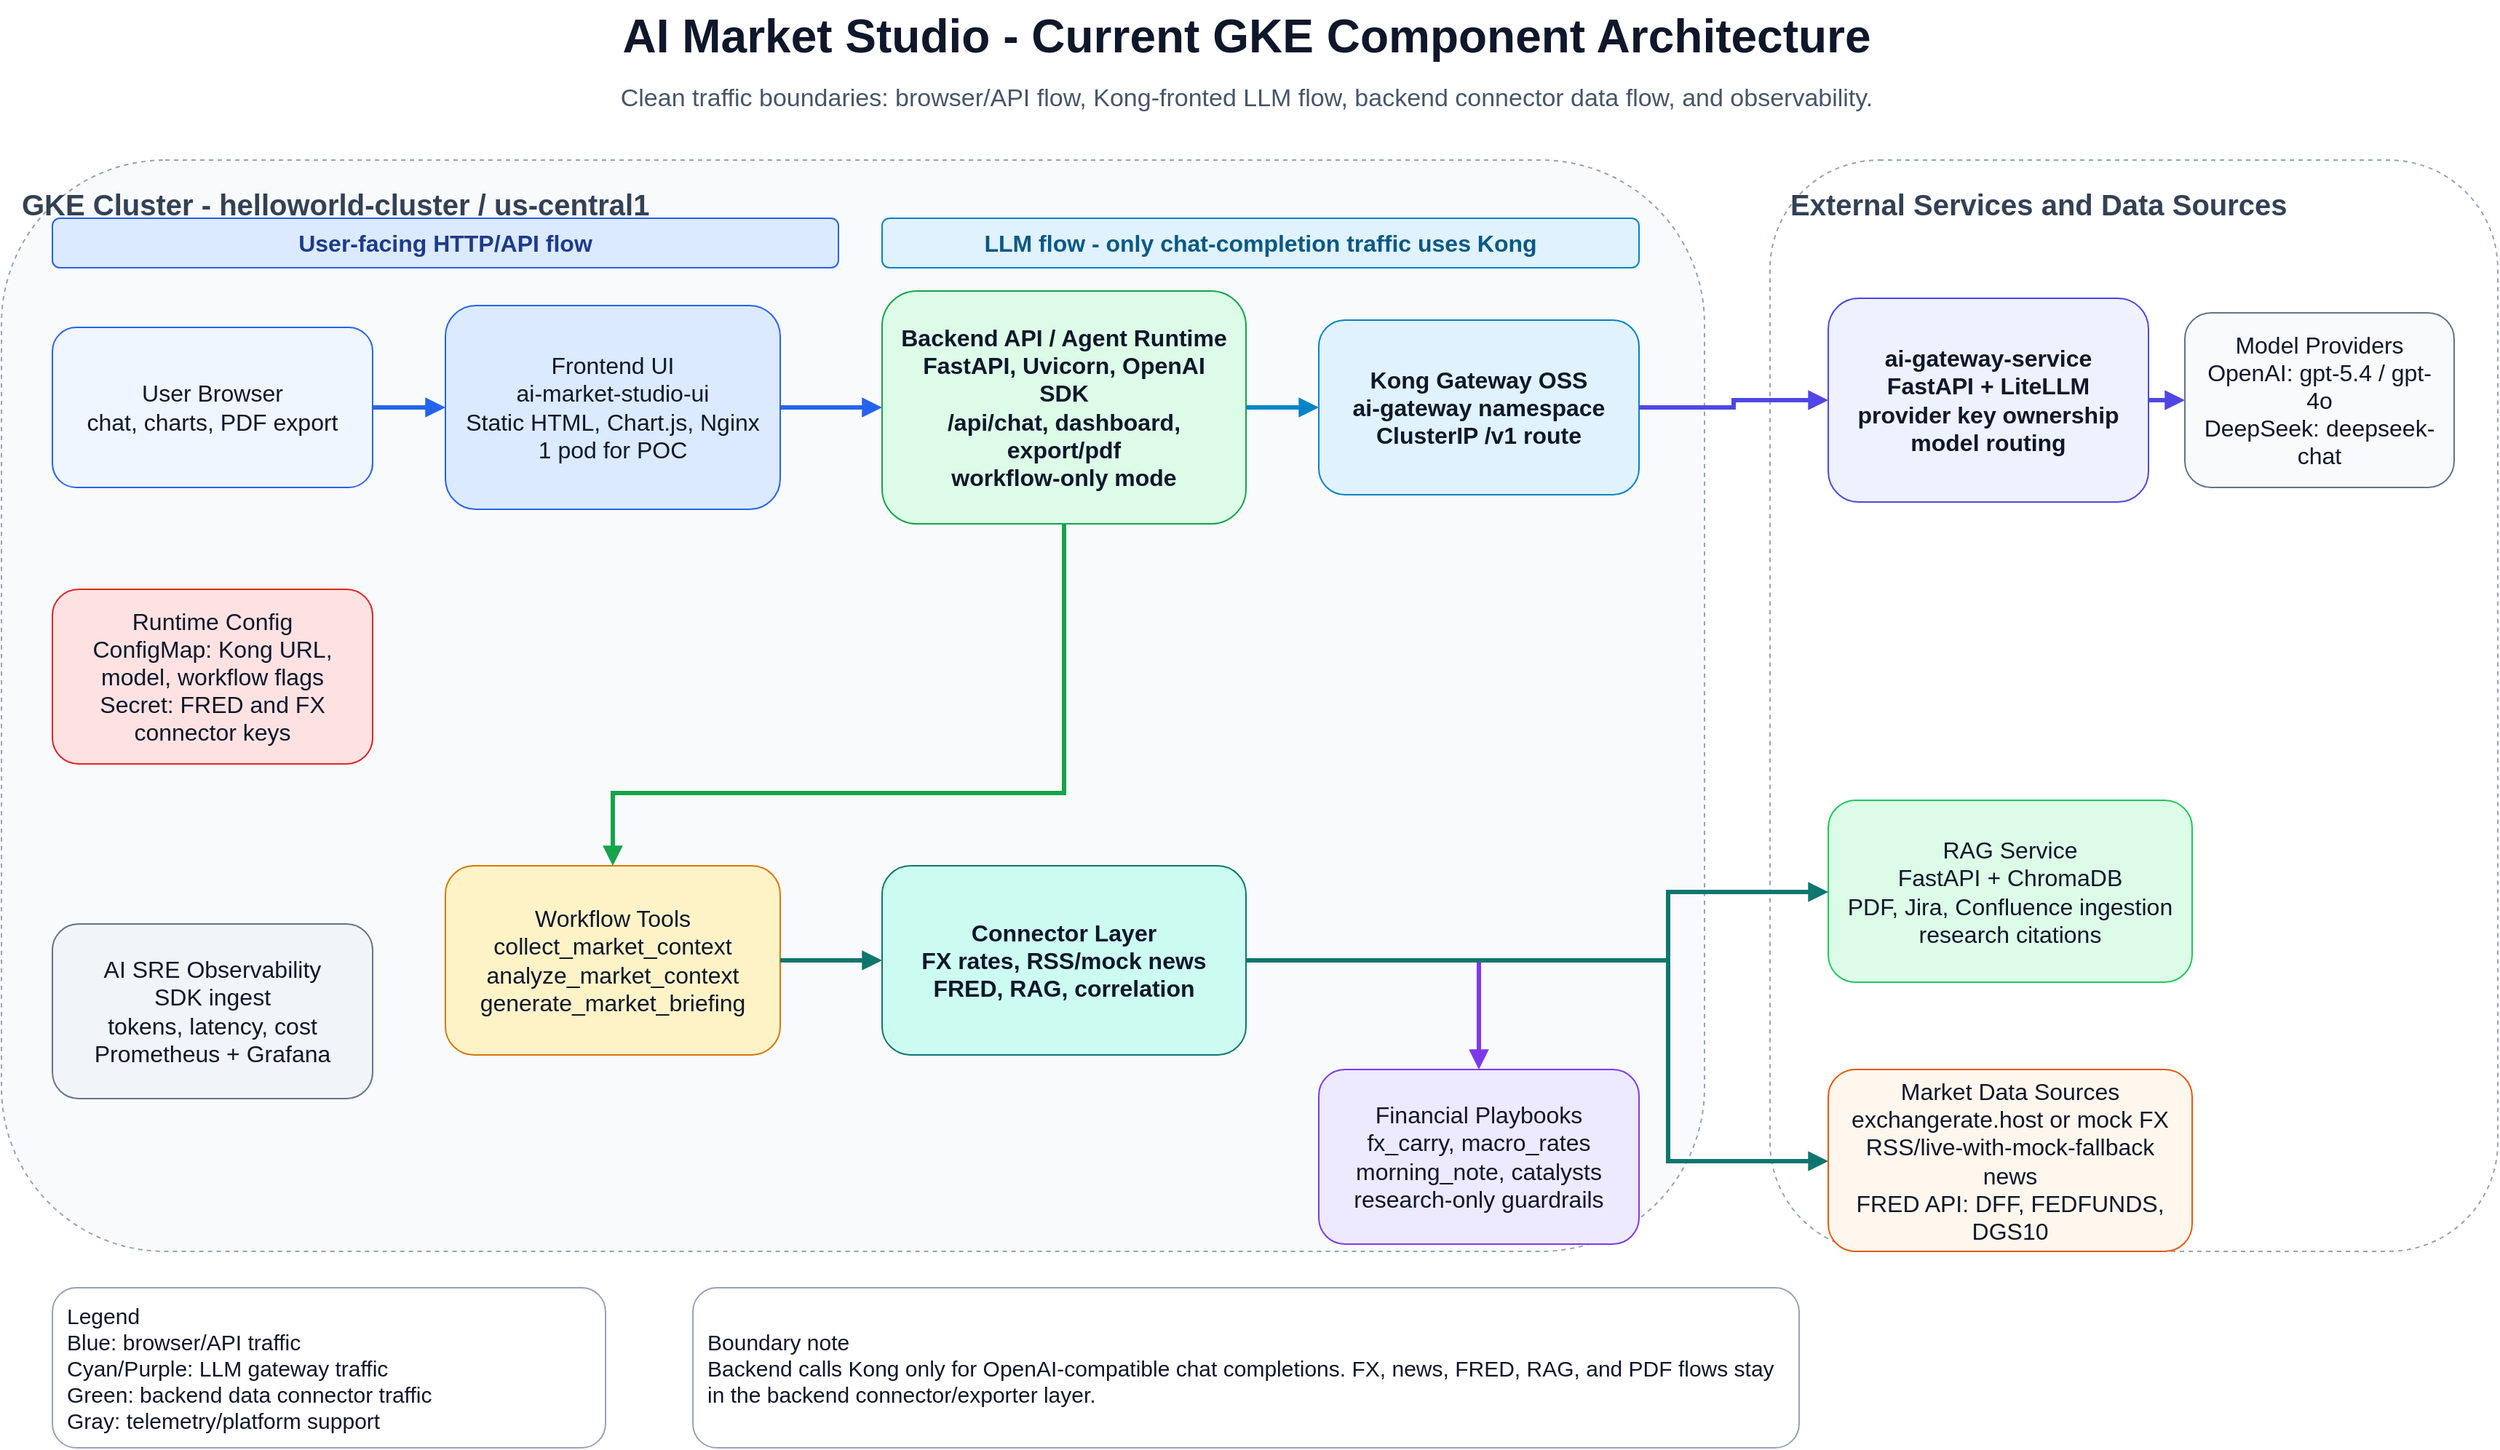
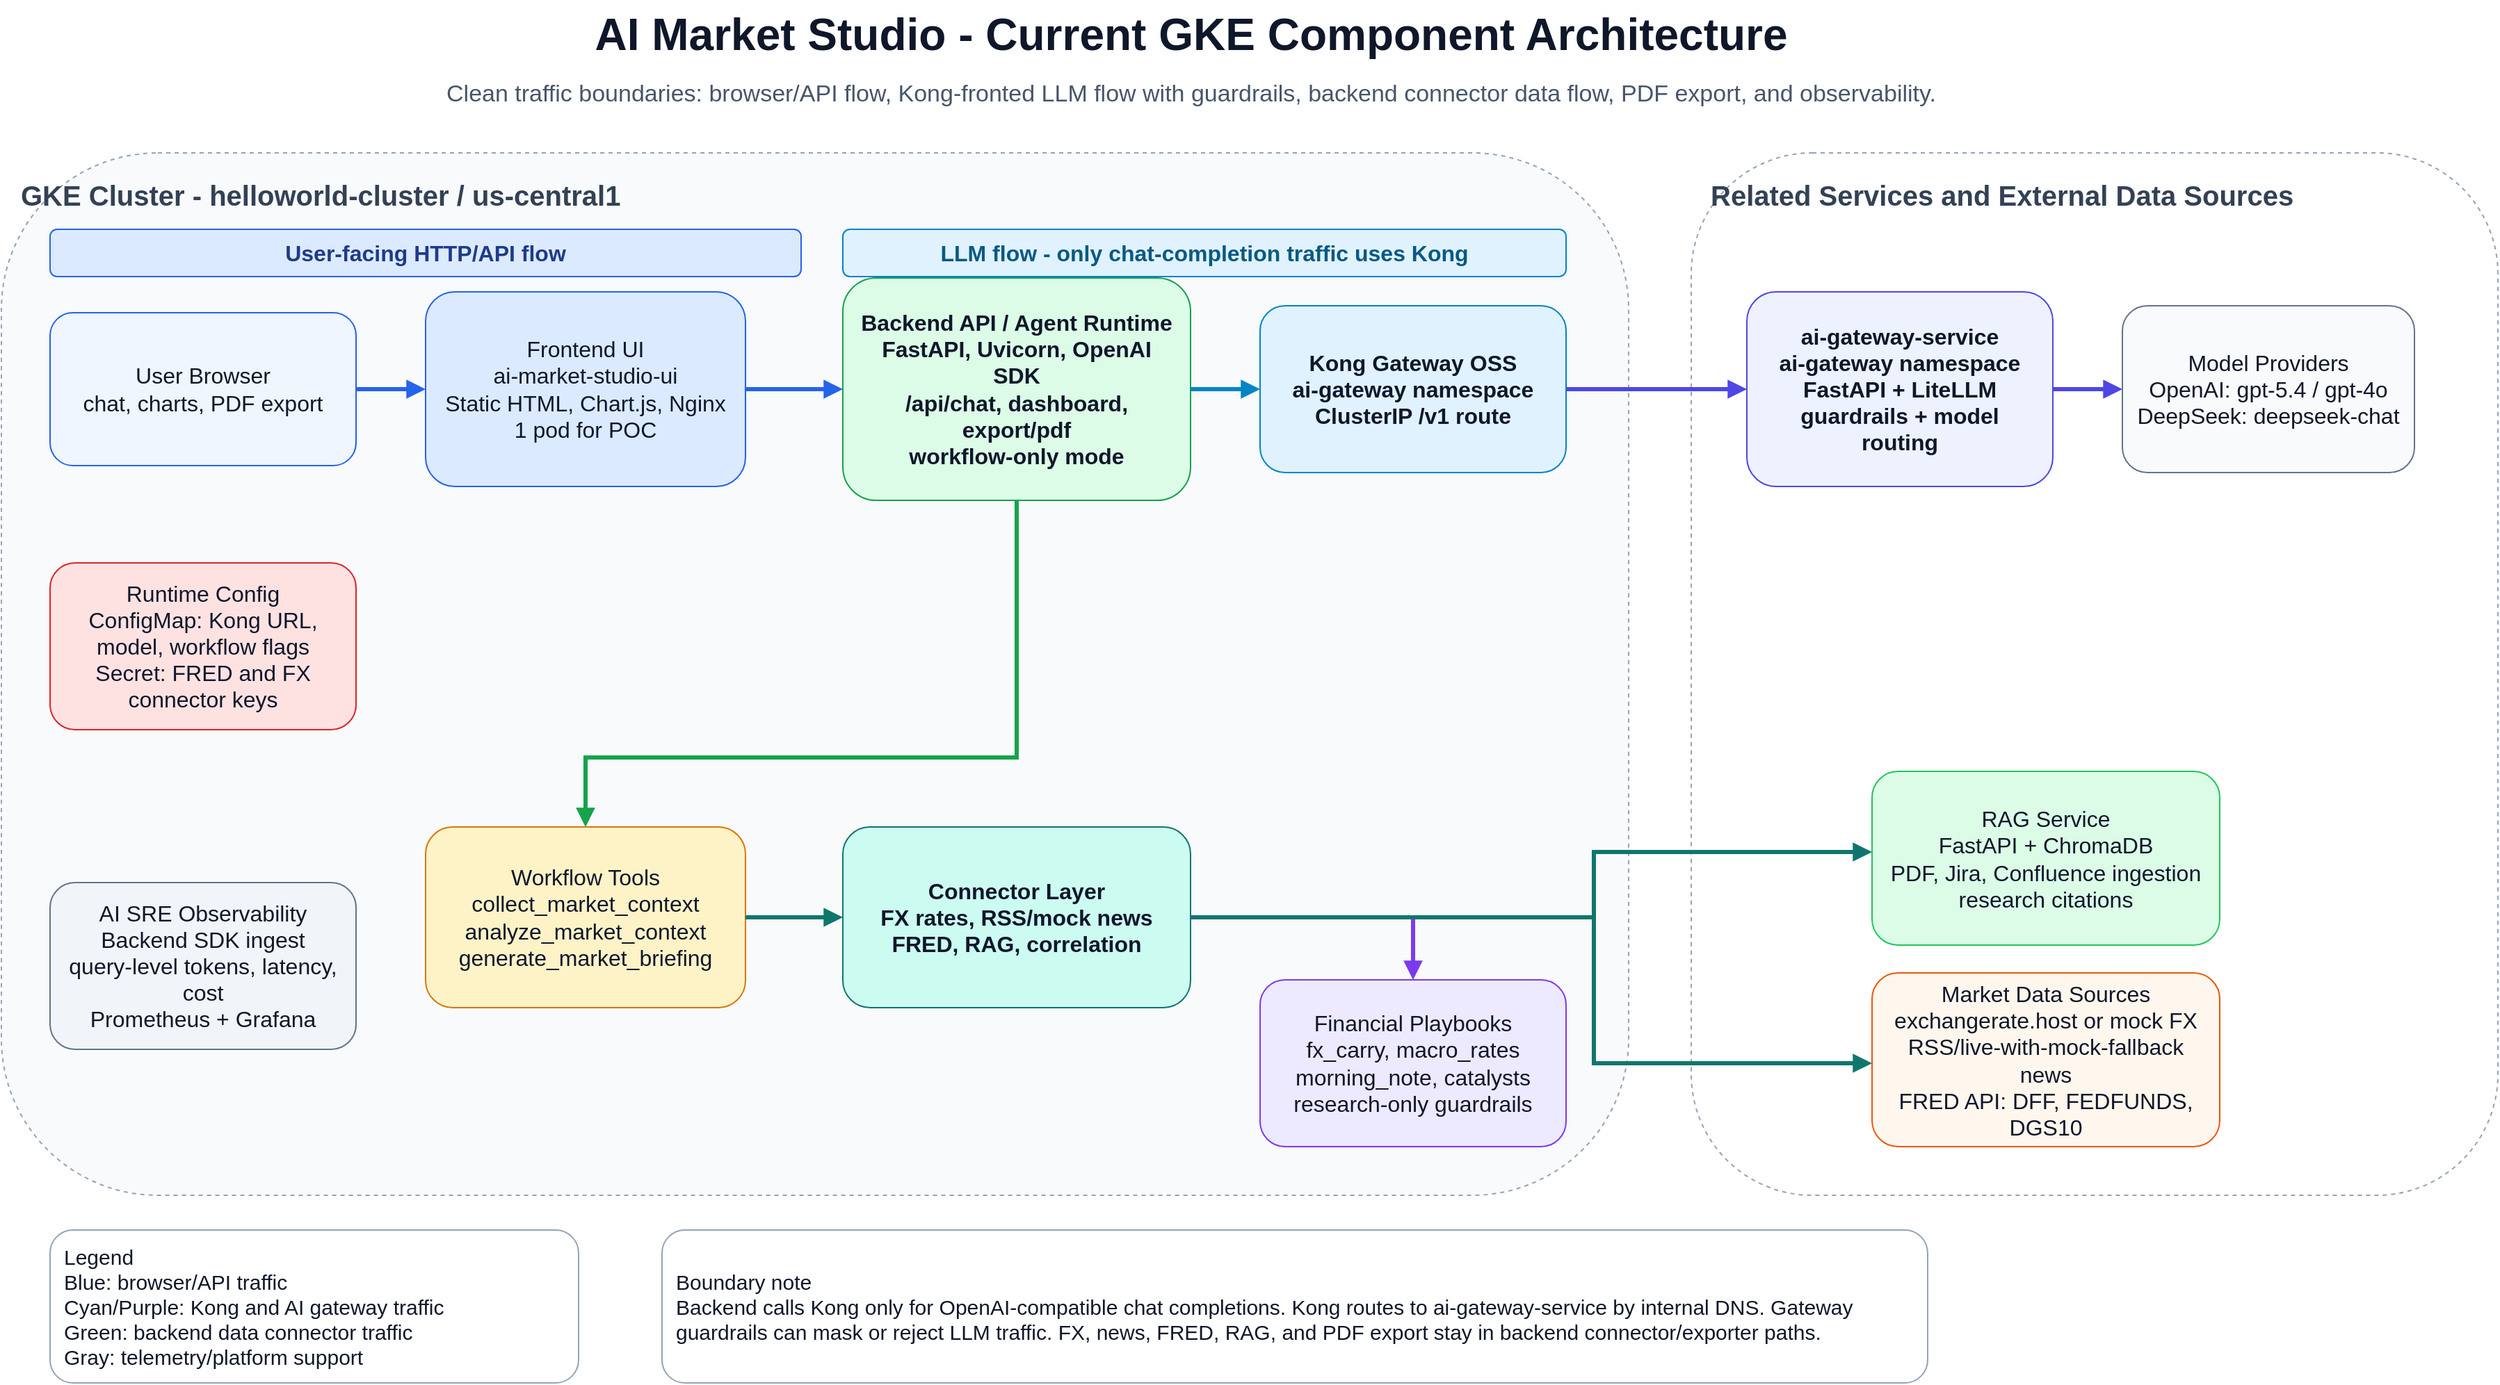
- <mxfile host="app.diagrams.net" modified="2026-06-15T00:00:00.000Z" agent="Codex" version="24.7.17" type="device">
+ <mxfile host="Electron" agent="Mozilla/5.0 (Windows NT 10.0; Win64; x64) AppleWebKit/537.36 (KHTML, like Gecko) draw.io/29.6.6 Chrome/144.0.7559.236 Electron/40.8.4 Safari/537.36" version="29.6.6">
  <diagram id="component-architecture" name="Component Architecture">
-     <mxGraphModel dx="1800" dy="1050" grid="1" gridSize="10" guides="1" tooltips="1" connect="1" arrows="1" fold="1" page="1" pageScale="1" pageWidth="1800" pageHeight="1050" math="0" shadow="0">
+     <mxGraphModel dx="2109" dy="1085" grid="1" gridSize="10" guides="1" tooltips="1" connect="1" arrows="1" fold="1" page="1" pageScale="1" pageWidth="1800" pageHeight="1050" math="0" shadow="0">
      <root>
-         <mxCell id="0"/>
-         <mxCell id="1" parent="0"/>
-         <mxCell id="title" value="AI Market Studio - Current GKE Component Architecture" style="text;html=1;strokeColor=none;fillColor=none;fontSize=32;fontStyle=1;fontColor=#0f172a;align=center;verticalAlign=middle;" vertex="1" parent="1">
-           <mxGeometry x="250" y="25" width="1300" height="50" as="geometry"/>
+         <mxCell id="0" />
+         <mxCell id="1" parent="0" />
+         <mxCell id="title" parent="1" style="text;html=1;strokeColor=none;fillColor=none;fontSize=32;fontStyle=1;fontColor=#0f172a;align=center;verticalAlign=middle;" value="AI Market Studio - Current GKE Component Architecture" vertex="1">
+           <mxGeometry height="50" width="1300" x="250" y="25" as="geometry" />
        </mxCell>
-         <mxCell id="subtitle" value="Clean traffic boundaries: browser/API flow, Kong-fronted LLM flow, backend connector data flow, and observability." style="text;html=1;strokeColor=none;fillColor=none;fontSize=17;fontColor=#475569;align=center;verticalAlign=middle;" vertex="1" parent="1">
-           <mxGeometry x="250" y="75" width="1300" height="35" as="geometry"/>
+         <mxCell id="subtitle" parent="1" style="text;html=1;strokeColor=none;fillColor=none;fontSize=17;fontColor=#475569;align=center;verticalAlign=middle;" value="Clean traffic boundaries: browser/API flow, Kong-fronted LLM flow with guardrails, backend connector data flow, PDF export, and observability." vertex="1">
+           <mxGeometry height="35" width="1300" x="250" y="75" as="geometry" />
        </mxCell>
-         <mxCell id="gke" value="GKE Cluster - helloworld-cluster / us-central1" style="rounded=1;whiteSpace=wrap;html=1;fillColor=#f8fafc;strokeColor=#94a3b8;dashed=1;fontSize=20;fontStyle=1;fontColor=#334155;align=left;verticalAlign=top;spacing=14;" vertex="1" parent="1">
-           <mxGeometry x="45" y="135" width="1170" height="750" as="geometry"/>
+         <mxCell id="gke" parent="1" style="rounded=1;whiteSpace=wrap;html=1;fillColor=#f8fafc;strokeColor=#94a3b8;dashed=1;fontSize=20;fontStyle=1;fontColor=#334155;align=left;verticalAlign=top;spacing=14;" value="GKE Cluster - helloworld-cluster / us-central1" vertex="1">
+           <mxGeometry height="750" width="1170" x="45" y="135" as="geometry" />
        </mxCell>
-         <mxCell id="external" value="External Services and Data Sources" style="rounded=1;whiteSpace=wrap;html=1;fillColor=#ffffff;strokeColor=#94a3b8;dashed=1;fontSize=20;fontStyle=1;fontColor=#334155;align=left;verticalAlign=top;spacing=14;" vertex="1" parent="1">
-           <mxGeometry x="1260" y="135" width="500" height="750" as="geometry"/>
+         <mxCell id="external" parent="1" style="rounded=1;whiteSpace=wrap;html=1;fillColor=#ffffff;strokeColor=#94a3b8;dashed=1;fontSize=20;fontStyle=1;fontColor=#334155;align=left;verticalAlign=top;spacing=14;" value="Related Services and External Data Sources" vertex="1">
+           <mxGeometry height="750" width="580" x="1260" y="135" as="geometry" />
        </mxCell>
-         <mxCell id="lane-api" value="User-facing HTTP/API flow" style="rounded=1;whiteSpace=wrap;html=1;fillColor=#dbeafe;strokeColor=#2563eb;fontSize=16;fontStyle=1;fontColor=#1e3a8a;align=center;" vertex="1" parent="1">
-           <mxGeometry x="80" y="175" width="540" height="34" as="geometry"/>
+         <mxCell id="lane-api" parent="1" style="rounded=1;whiteSpace=wrap;html=1;fillColor=#dbeafe;strokeColor=#2563eb;fontSize=16;fontStyle=1;fontColor=#1e3a8a;align=center;" value="User-facing HTTP/API flow" vertex="1">
+           <mxGeometry height="34" width="540" x="80" y="190" as="geometry" />
        </mxCell>
-         <mxCell id="lane-llm" value="LLM flow - only chat-completion traffic uses Kong" style="rounded=1;whiteSpace=wrap;html=1;fillColor=#e0f2fe;strokeColor=#0284c7;fontSize=16;fontStyle=1;fontColor=#075985;align=center;" vertex="1" parent="1">
-           <mxGeometry x="650" y="175" width="520" height="34" as="geometry"/>
+         <mxCell id="lane-llm" parent="1" style="rounded=1;whiteSpace=wrap;html=1;fillColor=#e0f2fe;strokeColor=#0284c7;fontSize=16;fontStyle=1;fontColor=#075985;align=center;" value="LLM flow - only chat-completion traffic uses Kong" vertex="1">
+           <mxGeometry height="34" width="520" x="650" y="190" as="geometry" />
        </mxCell>
-         <mxCell id="browser" value="User Browser&lt;br/&gt;chat, charts, PDF export" style="rounded=1;whiteSpace=wrap;html=1;fillColor=#eff6ff;strokeColor=#2563eb;fontSize=16;fontColor=#0f172a;spacing=10;" vertex="1" parent="1">
-           <mxGeometry x="80" y="250" width="220" height="110" as="geometry"/>
+         <mxCell id="browser" parent="1" style="rounded=1;whiteSpace=wrap;html=1;fillColor=#eff6ff;strokeColor=#2563eb;fontSize=16;fontColor=#0f172a;spacing=10;" value="User Browser&lt;br/&gt;chat, charts, PDF export" vertex="1">
+           <mxGeometry height="110" width="220" x="80" y="250" as="geometry" />
        </mxCell>
-         <mxCell id="ui" value="Frontend UI&lt;br/&gt;ai-market-studio-ui&lt;br/&gt;Static HTML, Chart.js, Nginx&lt;br/&gt;1 pod for POC" style="rounded=1;whiteSpace=wrap;html=1;fillColor=#dbeafe;strokeColor=#2563eb;fontSize=16;fontColor=#0f172a;spacing=10;" vertex="1" parent="1">
-           <mxGeometry x="350" y="235" width="230" height="140" as="geometry"/>
+         <mxCell id="ui" parent="1" style="rounded=1;whiteSpace=wrap;html=1;fillColor=#dbeafe;strokeColor=#2563eb;fontSize=16;fontColor=#0f172a;spacing=10;" value="Frontend UI&lt;br/&gt;ai-market-studio-ui&lt;br/&gt;Static HTML, Chart.js, Nginx&lt;br/&gt;1 pod for POC" vertex="1">
+           <mxGeometry height="140" width="230" x="350" y="235" as="geometry" />
        </mxCell>
-         <mxCell id="backend" value="Backend API / Agent Runtime&lt;br/&gt;FastAPI, Uvicorn, OpenAI SDK&lt;br/&gt;/api/chat, dashboard, export/pdf&lt;br/&gt;workflow-only mode" style="rounded=1;whiteSpace=wrap;html=1;fillColor=#dcfce7;strokeColor=#16a34a;fontSize=16;fontStyle=1;fontColor=#0f172a;spacing=10;" vertex="1" parent="1">
-           <mxGeometry x="650" y="225" width="250" height="160" as="geometry"/>
+         <mxCell id="backend" parent="1" style="rounded=1;whiteSpace=wrap;html=1;fillColor=#dcfce7;strokeColor=#16a34a;fontSize=16;fontStyle=1;fontColor=#0f172a;spacing=10;" value="Backend API / Agent Runtime&lt;br/&gt;FastAPI, Uvicorn, OpenAI SDK&lt;br/&gt;/api/chat, dashboard, export/pdf&lt;br/&gt;workflow-only mode" vertex="1">
+           <mxGeometry height="160" width="250" x="650" y="225" as="geometry" />
        </mxCell>
-         <mxCell id="kong" value="Kong Gateway OSS&lt;br/&gt;ai-gateway namespace&lt;br/&gt;ClusterIP /v1 route" style="rounded=1;whiteSpace=wrap;html=1;fillColor=#e0f2fe;strokeColor=#0284c7;fontSize=16;fontStyle=1;fontColor=#0f172a;spacing=10;" vertex="1" parent="1">
-           <mxGeometry x="950" y="245" width="220" height="120" as="geometry"/>
+         <mxCell id="kong" parent="1" style="rounded=1;whiteSpace=wrap;html=1;fillColor=#e0f2fe;strokeColor=#0284c7;fontSize=16;fontStyle=1;fontColor=#0f172a;spacing=10;" value="Kong Gateway OSS&lt;br/&gt;ai-gateway namespace&lt;br/&gt;ClusterIP /v1 route" vertex="1">
+           <mxGeometry height="120" width="220" x="950" y="245" as="geometry" />
        </mxCell>
-         <mxCell id="gateway" value="ai-gateway-service&lt;br/&gt;FastAPI + LiteLLM&lt;br/&gt;provider key ownership&lt;br/&gt;model routing" style="rounded=1;whiteSpace=wrap;html=1;fillColor=#eef2ff;strokeColor=#4f46e5;fontSize=16;fontStyle=1;fontColor=#0f172a;spacing=10;" vertex="1" parent="1">
-           <mxGeometry x="1300" y="230" width="220" height="140" as="geometry"/>
+         <mxCell id="gateway" parent="1" style="rounded=1;whiteSpace=wrap;html=1;fillColor=#eef2ff;strokeColor=#4f46e5;fontSize=16;fontStyle=1;fontColor=#0f172a;spacing=10;" value="ai-gateway-service&lt;br/&gt;ai-gateway namespace&lt;br/&gt;FastAPI + LiteLLM&lt;br/&gt;guardrails + model routing" vertex="1">
+           <mxGeometry height="140" width="220" x="1300" y="235" as="geometry" />
        </mxCell>
-         <mxCell id="providers" value="Model Providers&lt;br/&gt;OpenAI: gpt-5.4 / gpt-4o&lt;br/&gt;DeepSeek: deepseek-chat" style="rounded=1;whiteSpace=wrap;html=1;fillColor=#f8fafc;strokeColor=#64748b;fontSize=16;fontColor=#0f172a;spacing=10;" vertex="1" parent="1">
-           <mxGeometry x="1545" y="240" width="185" height="120" as="geometry"/>
+         <mxCell id="providers" parent="1" style="rounded=1;whiteSpace=wrap;html=1;fillColor=#f8fafc;strokeColor=#64748b;fontSize=16;fontColor=#0f172a;spacing=10;" value="Model Providers&lt;br/&gt;OpenAI: gpt-5.4 / gpt-4o&lt;br/&gt;DeepSeek: deepseek-chat" vertex="1">
+           <mxGeometry height="120" width="210" x="1570" y="245" as="geometry" />
        </mxCell>
-         <mxCell id="config" value="Runtime Config&lt;br/&gt;ConfigMap: Kong URL, model, workflow flags&lt;br/&gt;Secret: FRED and FX connector keys" style="rounded=1;whiteSpace=wrap;html=1;fillColor=#fee2e2;strokeColor=#dc2626;fontSize=16;fontColor=#0f172a;spacing=10;" vertex="1" parent="1">
-           <mxGeometry x="80" y="430" width="220" height="120" as="geometry"/>
+         <mxCell id="config" parent="1" style="rounded=1;whiteSpace=wrap;html=1;fillColor=#fee2e2;strokeColor=#dc2626;fontSize=16;fontColor=#0f172a;spacing=10;" value="Runtime Config&lt;br/&gt;ConfigMap: Kong URL, model, workflow flags&lt;br/&gt;Secret: FRED and FX connector keys" vertex="1">
+           <mxGeometry height="120" width="220" x="80" y="430" as="geometry" />
        </mxCell>
-         <mxCell id="observe" value="AI SRE Observability&lt;br/&gt;SDK ingest&lt;br/&gt;tokens, latency, cost&lt;br/&gt;Prometheus + Grafana" style="rounded=1;whiteSpace=wrap;html=1;fillColor=#f1f5f9;strokeColor=#64748b;fontSize=16;fontColor=#0f172a;spacing=10;" vertex="1" parent="1">
-           <mxGeometry x="80" y="660" width="220" height="120" as="geometry"/>
+         <mxCell id="observe" parent="1" style="rounded=1;whiteSpace=wrap;html=1;fillColor=#f1f5f9;strokeColor=#64748b;fontSize=16;fontColor=#0f172a;spacing=10;" value="AI SRE Observability&lt;br/&gt;Backend SDK ingest&lt;br/&gt;query-level tokens, latency, cost&lt;br/&gt;Prometheus + Grafana" vertex="1">
+           <mxGeometry height="120" width="220" x="80" y="660" as="geometry" />
        </mxCell>
-         <mxCell id="workflow" value="Workflow Tools&lt;br/&gt;collect_market_context&lt;br/&gt;analyze_market_context&lt;br/&gt;generate_market_briefing" style="rounded=1;whiteSpace=wrap;html=1;fillColor=#fef3c7;strokeColor=#d97706;fontSize=16;fontColor=#0f172a;spacing=10;" vertex="1" parent="1">
-           <mxGeometry x="350" y="620" width="230" height="130" as="geometry"/>
+         <mxCell id="workflow" parent="1" style="rounded=1;whiteSpace=wrap;html=1;fillColor=#fef3c7;strokeColor=#d97706;fontSize=16;fontColor=#0f172a;spacing=10;" value="Workflow Tools&lt;br/&gt;collect_market_context&lt;br/&gt;analyze_market_context&lt;br/&gt;generate_market_briefing" vertex="1">
+           <mxGeometry height="130" width="230" x="350" y="620" as="geometry" />
        </mxCell>
-         <mxCell id="connectors" value="Connector Layer&lt;br/&gt;FX rates, RSS/mock news&lt;br/&gt;FRED, RAG, correlation" style="rounded=1;whiteSpace=wrap;html=1;fillColor=#ccfbf1;strokeColor=#0f766e;fontSize=16;fontStyle=1;fontColor=#0f172a;spacing=10;" vertex="1" parent="1">
-           <mxGeometry x="650" y="620" width="250" height="130" as="geometry"/>
+         <mxCell id="connectors" parent="1" style="rounded=1;whiteSpace=wrap;html=1;fillColor=#ccfbf1;strokeColor=#0f766e;fontSize=16;fontStyle=1;fontColor=#0f172a;spacing=10;" value="Connector Layer&lt;br/&gt;FX rates, RSS/mock news&lt;br/&gt;FRED, RAG, correlation" vertex="1">
+           <mxGeometry height="130" width="250" x="650" y="620" as="geometry" />
        </mxCell>
-         <mxCell id="playbooks" value="Financial Playbooks&lt;br/&gt;fx_carry, macro_rates&lt;br/&gt;morning_note, catalysts&lt;br/&gt;research-only guardrails" style="rounded=1;whiteSpace=wrap;html=1;fillColor=#ede9fe;strokeColor=#7c3aed;fontSize=16;fontColor=#0f172a;spacing=10;" vertex="1" parent="1">
-           <mxGeometry x="950" y="760" width="220" height="120" as="geometry"/>
+         <mxCell id="playbooks" parent="1" style="rounded=1;whiteSpace=wrap;html=1;fillColor=#ede9fe;strokeColor=#7c3aed;fontSize=16;fontColor=#0f172a;spacing=10;" value="Financial Playbooks&lt;br/&gt;fx_carry, macro_rates&lt;br/&gt;morning_note, catalysts&lt;br/&gt;research-only guardrails" vertex="1">
+           <mxGeometry height="120" width="220" x="950" y="730" as="geometry" />
        </mxCell>
-         <mxCell id="rag" value="RAG Service&lt;br/&gt;FastAPI + ChromaDB&lt;br/&gt;PDF, Jira, Confluence ingestion&lt;br/&gt;research citations" style="rounded=1;whiteSpace=wrap;html=1;fillColor=#dcfce7;strokeColor=#22c55e;fontSize=16;fontColor=#0f172a;spacing=10;" vertex="1" parent="1">
-           <mxGeometry x="1300" y="575" width="250" height="125" as="geometry"/>
+         <mxCell id="rag" parent="1" style="rounded=1;whiteSpace=wrap;html=1;fillColor=#dcfce7;strokeColor=#22c55e;fontSize=16;fontColor=#0f172a;spacing=10;" value="RAG Service&lt;br/&gt;FastAPI + ChromaDB&lt;br/&gt;PDF, Jira, Confluence ingestion&lt;br/&gt;research citations" vertex="1">
+           <mxGeometry height="125" width="250" x="1390" y="580" as="geometry" />
        </mxCell>
-         <mxCell id="marketdata" value="Market Data Sources&lt;br/&gt;exchangerate.host or mock FX&lt;br/&gt;RSS/live-with-mock-fallback news&lt;br/&gt;FRED API: DFF, FEDFUNDS, DGS10" style="rounded=1;whiteSpace=wrap;html=1;fillColor=#fff7ed;strokeColor=#ea580c;fontSize=16;fontColor=#0f172a;spacing=10;" vertex="1" parent="1">
-           <mxGeometry x="1300" y="760" width="250" height="125" as="geometry"/>
+         <mxCell id="marketdata" parent="1" style="rounded=1;whiteSpace=wrap;html=1;fillColor=#fff7ed;strokeColor=#ea580c;fontSize=16;fontColor=#0f172a;spacing=10;" value="Market Data Sources&lt;br/&gt;exchangerate.host or mock FX&lt;br/&gt;RSS/live-with-mock-fallback news&lt;br/&gt;FRED API: DFF, FEDFUNDS, DGS10" vertex="1">
+           <mxGeometry height="125" width="250" x="1390" y="725" as="geometry" />
        </mxCell>
-         <mxCell id="legend" value="Legend&lt;br/&gt;Blue: browser/API traffic&lt;br/&gt;Cyan/Purple: LLM gateway traffic&lt;br/&gt;Green: backend data connector traffic&lt;br/&gt;Gray: telemetry/platform support" style="rounded=1;whiteSpace=wrap;html=1;fillColor=#ffffff;strokeColor=#94a3b8;fontSize=15;fontColor=#0f172a;align=left;spacing=10;" vertex="1" parent="1">
-           <mxGeometry x="80" y="910" width="380" height="110" as="geometry"/>
+         <mxCell id="legend" parent="1" style="rounded=1;whiteSpace=wrap;html=1;fillColor=#ffffff;strokeColor=#94a3b8;fontSize=15;fontColor=#0f172a;align=left;spacing=10;" value="Legend&lt;br/&gt;Blue: browser/API traffic&lt;br/&gt;Cyan/Purple: Kong and AI gateway traffic&lt;br/&gt;Green: backend data connector traffic&lt;br/&gt;Gray: telemetry/platform support" vertex="1">
+           <mxGeometry height="110" width="380" x="80" y="910" as="geometry" />
        </mxCell>
-         <mxCell id="note" value="Boundary note&lt;br/&gt;Backend calls Kong only for OpenAI-compatible chat completions. FX, news, FRED, RAG, and PDF flows stay in the backend connector/exporter layer." style="rounded=1;whiteSpace=wrap;html=1;fillColor=#ffffff;strokeColor=#94a3b8;fontSize=15;fontColor=#0f172a;align=left;spacing=10;" vertex="1" parent="1">
-           <mxGeometry x="520" y="910" width="760" height="110" as="geometry"/>
+         <mxCell id="note" parent="1" style="rounded=1;whiteSpace=wrap;html=1;fillColor=#ffffff;strokeColor=#94a3b8;fontSize=15;fontColor=#0f172a;align=left;spacing=10;" value="Boundary note&lt;br/&gt;Backend calls Kong only for OpenAI-compatible chat completions. Kong routes to ai-gateway-service by internal DNS. Gateway guardrails can mask or reject LLM traffic. FX, news, FRED, RAG, and PDF export stay in backend connector/exporter paths." vertex="1">
+           <mxGeometry height="110" width="910" x="520" y="910" as="geometry" />
        </mxCell>
-         <mxCell id="e-browser-ui" value="" style="edgeStyle=orthogonalEdgeStyle;rounded=0;html=1;strokeColor=#2563eb;strokeWidth=3;endArrow=block;" edge="1" parent="1" source="browser" target="ui">
-           <mxGeometry relative="1" as="geometry"/>
+         <mxCell id="e-browser-ui" edge="1" parent="1" source="browser" style="edgeStyle=orthogonalEdgeStyle;rounded=0;html=1;strokeColor=#2563eb;strokeWidth=3;endArrow=block;" target="ui" value="">
+           <mxGeometry relative="1" as="geometry" />
        </mxCell>
-         <mxCell id="e-ui-backend" value="" style="edgeStyle=orthogonalEdgeStyle;rounded=0;html=1;strokeColor=#2563eb;strokeWidth=3;endArrow=block;fontSize=13;fontColor=#334155;" edge="1" parent="1" source="ui" target="backend">
-           <mxGeometry relative="1" as="geometry"/>
+         <mxCell id="e-ui-backend" edge="1" parent="1" source="ui" style="edgeStyle=orthogonalEdgeStyle;rounded=0;html=1;strokeColor=#2563eb;strokeWidth=3;endArrow=block;fontSize=13;fontColor=#334155;" target="backend" value="">
+           <mxGeometry relative="1" as="geometry" />
        </mxCell>
-         <mxCell id="e-backend-kong" value="" style="edgeStyle=orthogonalEdgeStyle;rounded=0;html=1;strokeColor=#0284c7;strokeWidth=3;endArrow=block;fontSize=13;fontColor=#334155;" edge="1" parent="1" source="backend" target="kong">
-           <mxGeometry relative="1" as="geometry"/>
+         <mxCell id="e-backend-kong" edge="1" parent="1" source="backend" style="edgeStyle=orthogonalEdgeStyle;rounded=0;html=1;strokeColor=#0284c7;strokeWidth=3;endArrow=block;fontSize=13;fontColor=#334155;" target="kong" value="">
+           <mxGeometry relative="1" as="geometry" />
        </mxCell>
-         <mxCell id="e-kong-gateway" value="" style="edgeStyle=orthogonalEdgeStyle;rounded=0;html=1;strokeColor=#4f46e5;strokeWidth=3;endArrow=block;fontSize=13;fontColor=#334155;" edge="1" parent="1" source="kong" target="gateway">
-           <mxGeometry relative="1" as="geometry"/>
+         <mxCell id="e-kong-gateway" edge="1" parent="1" source="kong" style="edgeStyle=orthogonalEdgeStyle;rounded=0;html=1;strokeColor=#4f46e5;strokeWidth=3;endArrow=block;fontSize=13;fontColor=#334155;" target="gateway" value="">
+           <mxGeometry relative="1" as="geometry" />
        </mxCell>
-         <mxCell id="e-gateway-providers" value="" style="edgeStyle=orthogonalEdgeStyle;rounded=0;html=1;strokeColor=#4f46e5;strokeWidth=3;endArrow=block;fontSize=13;fontColor=#334155;" edge="1" parent="1" source="gateway" target="providers">
-           <mxGeometry relative="1" as="geometry"/>
+         <mxCell id="e-gateway-providers" edge="1" parent="1" source="gateway" style="edgeStyle=orthogonalEdgeStyle;rounded=0;html=1;strokeColor=#4f46e5;strokeWidth=3;endArrow=block;fontSize=13;fontColor=#334155;" target="providers" value="">
+           <mxGeometry relative="1" as="geometry" />
        </mxCell>
-         <mxCell id="e-backend-workflow" value="" style="edgeStyle=orthogonalEdgeStyle;rounded=0;html=1;strokeColor=#16a34a;strokeWidth=3;endArrow=block;fontSize=13;fontColor=#334155;" edge="1" parent="1" source="backend" target="workflow">
+         <mxCell id="e-backend-workflow" edge="1" parent="1" source="backend" style="edgeStyle=orthogonalEdgeStyle;rounded=0;html=1;strokeColor=#16a34a;strokeWidth=3;endArrow=block;fontSize=13;fontColor=#334155;" target="workflow" value="">
          <mxGeometry relative="1" as="geometry">
            <Array as="points">
-               <mxPoint x="775" y="570"/>
-               <mxPoint x="465" y="570"/>
+               <mxPoint x="775" y="570" />
+               <mxPoint x="465" y="570" />
            </Array>
          </mxGeometry>
        </mxCell>
-         <mxCell id="e-workflow-connectors" value="" style="edgeStyle=orthogonalEdgeStyle;rounded=0;html=1;strokeColor=#0f766e;strokeWidth=3;endArrow=block;fontSize=13;fontColor=#334155;" edge="1" parent="1" source="workflow" target="connectors">
-           <mxGeometry relative="1" as="geometry"/>
+         <mxCell id="e-workflow-connectors" edge="1" parent="1" source="workflow" style="edgeStyle=orthogonalEdgeStyle;rounded=0;html=1;strokeColor=#0f766e;strokeWidth=3;endArrow=block;fontSize=13;fontColor=#334155;" target="connectors" value="">
+           <mxGeometry relative="1" as="geometry" />
        </mxCell>
-         <mxCell id="e-connectors-playbooks" value="" style="edgeStyle=orthogonalEdgeStyle;rounded=0;html=1;strokeColor=#7c3aed;strokeWidth=3;endArrow=block;fontSize=13;fontColor=#334155;" edge="1" parent="1" source="connectors" target="playbooks">
+         <mxCell id="e-connectors-playbooks" edge="1" parent="1" source="connectors" style="edgeStyle=orthogonalEdgeStyle;rounded=0;html=1;strokeColor=#7c3aed;strokeWidth=3;endArrow=block;fontSize=13;fontColor=#334155;" target="playbooks" value="">
          <mxGeometry relative="1" as="geometry">
            <Array as="points">
-               <mxPoint x="1060" y="685"/>
+               <mxPoint x="1060" y="685" />
            </Array>
          </mxGeometry>
        </mxCell>
-         <mxCell id="e-connectors-rag" value="" style="edgeStyle=orthogonalEdgeStyle;rounded=0;html=1;strokeColor=#0f766e;strokeWidth=3;endArrow=block;fontSize=13;fontColor=#334155;" edge="1" parent="1" source="connectors" target="rag">
+         <mxCell id="e-connectors-rag" edge="1" parent="1" source="connectors" style="edgeStyle=orthogonalEdgeStyle;rounded=0;html=1;strokeColor=#0f766e;strokeWidth=3;endArrow=block;fontSize=13;fontColor=#334155;" target="rag" value="">
          <mxGeometry relative="1" as="geometry">
            <Array as="points">
-               <mxPoint x="1190" y="685"/>
-               <mxPoint x="1190" y="638"/>
+               <mxPoint x="1190" y="685" />
+               <mxPoint x="1190" y="638" />
            </Array>
          </mxGeometry>
        </mxCell>
-         <mxCell id="e-connectors-marketdata" value="" style="edgeStyle=orthogonalEdgeStyle;rounded=0;html=1;strokeColor=#0f766e;strokeWidth=3;endArrow=block;fontSize=13;fontColor=#334155;" edge="1" parent="1" source="connectors" target="marketdata">
+         <mxCell id="e-connectors-marketdata" edge="1" parent="1" source="connectors" style="edgeStyle=orthogonalEdgeStyle;rounded=0;html=1;strokeColor=#0f766e;strokeWidth=3;endArrow=block;fontSize=13;fontColor=#334155;" target="marketdata" value="">
          <mxGeometry relative="1" as="geometry">
            <Array as="points">
-               <mxPoint x="1190" y="685"/>
-               <mxPoint x="1190" y="823"/>
+               <mxPoint x="1190" y="685" />
+               <mxPoint x="1190" y="790" />
            </Array>
          </mxGeometry>
        </mxCell>
      </root>
    </mxGraphModel>
  </diagram>
</mxfile>
